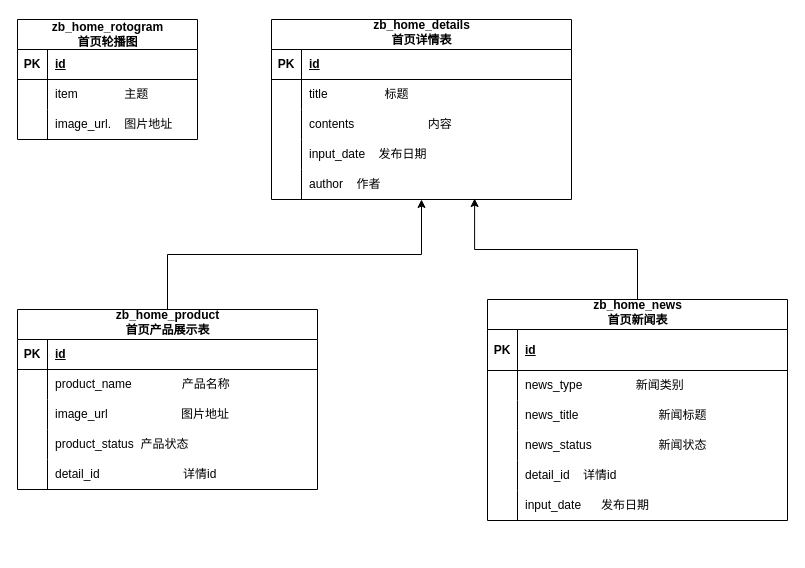
Above: home.drawio in yskccr/diagrams (draw.io), before the change. Source tidied: cells renumbered, new cells numbered last; positions are measured from the earlier drawing's top-left corner, leaving out a move shared by most shapes. Both pictures are drawn from the tidied source at 100%, with x=0, y=0 at pixel (17, 19).
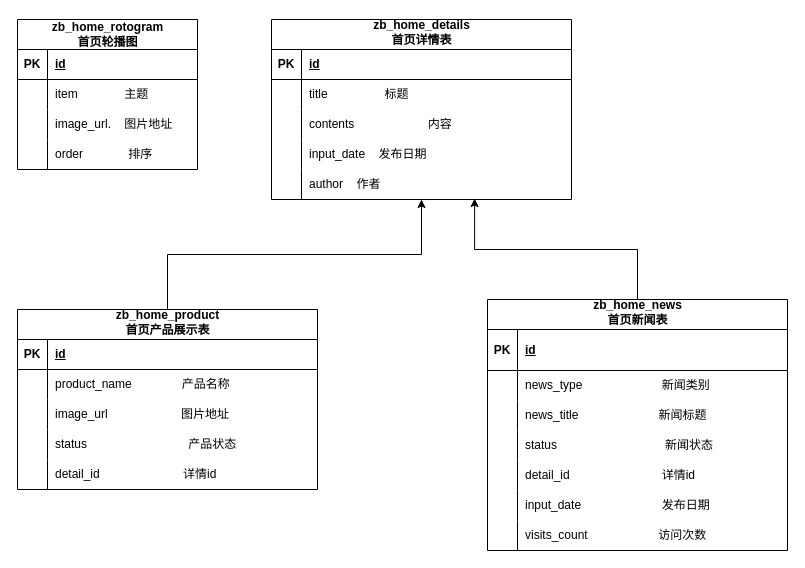
The same page after the edit.

The change refers to these unchanged cells:
```xml
<mxCell id="23" style="shape=tableRow;horizontal=0;startSize=0;swimlaneHead=0;swimlaneBody=0;fillColor=none;top=0;left=0;right=0;bottom=0;" parent="13" vertex="1">
  <mxGeometry y="120" width="300" height="30" as="geometry" />
</mxCell>
<mxCell id="50" style="shape=tableRow;horizontal=0;startSize=0;swimlaneHead=0;swimlaneBody=0;fillColor=none;top=0;left=0;right=0;bottom=0;" parent="46" vertex="1">
  <mxGeometry y="71" width="300" height="30" as="geometry" />
</mxCell>
<mxCell id="56" style="shape=tableRow;horizontal=0;startSize=0;swimlaneHead=0;swimlaneBody=0;fillColor=none;top=0;left=0;right=0;bottom=0;" parent="46" vertex="1">
  <mxGeometry y="131" width="300" height="30" as="geometry" />
</mxCell>
<mxCell id="59" style="shape=tableRow;horizontal=0;startSize=0;swimlaneHead=0;swimlaneBody=0;fillColor=none;top=0;left=0;right=0;bottom=0;" parent="46" vertex="1">
  <mxGeometry y="161" width="300" height="30" as="geometry" />
</mxCell>
<mxCell id="62" style="shape=tableRow;horizontal=0;startSize=0;swimlaneHead=0;swimlaneBody=0;fillColor=none;top=0;left=0;right=0;bottom=0;" parent="46" vertex="1">
  <mxGeometry y="191" width="300" height="30" as="geometry" />
</mxCell>
```

Change to the diagram source:
```diff
@@
     <mxCell id="2" value="zb_home_rotogram&lt;br&gt;首页轮播图" style="shape=table;startSize=30;childLayout=tableLayout;rowLines=0;fontStyle=1;align=center;html=1;" parent="1" vertex="1">
-      <mxGeometry width="180" height="120" as="geometry" />
+      <mxGeometry width="180" height="150" as="geometry" />
     </mxCell>
@@
+    <mxCell id="65" style="shape=tableRow;horizontal=0;startSize=0;swimlaneHead=0;swimlaneBody=0;fillColor=none;top=0;left=0;right=0;bottom=0;" parent="2" vertex="1">
+      <mxGeometry y="120" width="180" height="30" as="geometry" />
+    </mxCell>
+    <mxCell id="66" style="shape=partialRectangle;fillColor=none;top=0;left=0;bottom=0;right=0;overflow=hidden;whiteSpace=wrap;html=1;" parent="65" vertex="1">
+      <mxGeometry width="30" height="30" as="geometry" />
+    </mxCell>
+    <mxCell id="67" value="order&amp;nbsp;&lt;span style=&quot;white-space: pre;&quot;&gt;&#9;&lt;/span&gt;&amp;nbsp; &amp;nbsp; &amp;nbsp; 排序" style="shape=partialRectangle;fillColor=none;top=0;left=0;bottom=0;right=0;align=left;spacingLeft=6;overflow=hidden;whiteSpace=wrap;html=1;" parent="65" vertex="1">
+      <mxGeometry x="30" width="150" height="30" as="geometry" />
+    </mxCell>
@@
-    <mxCell id="25" value="product_status&lt;span style=&quot;white-space: pre;&quot;&gt; &lt;span style=&quot;white-space: pre;&quot;&gt; &lt;/span&gt;&lt;/span&gt;产品状态" style="shape=partialRectangle;fillColor=none;top=0;left=0;bottom=0;right=0;align=left;spacingLeft=6;overflow=hidden;whiteSpace=wrap;html=1;" parent="23" vertex="1">
+    <mxCell id="25" value="status&lt;span style=&quot;white-space: pre;&quot;&gt; &lt;span style=&quot;white-space: pre;&quot;&gt; &lt;span style=&quot;white-space: pre;&quot;&gt;&#9;&lt;/span&gt;&lt;span style=&quot;white-space: pre;&quot;&gt;&#9;&lt;/span&gt;&lt;span style=&quot;white-space: pre;&quot;&gt;&#9;&lt;/span&gt;&lt;span style=&quot;white-space: pre;&quot;&gt;&#9;&lt;/span&gt;&lt;/span&gt;&lt;/span&gt;产品状态" style="shape=partialRectangle;fillColor=none;top=0;left=0;bottom=0;right=0;align=left;spacingLeft=6;overflow=hidden;whiteSpace=wrap;html=1;" parent="23" vertex="1">
       <mxGeometry x="30" width="270" height="30" as="geometry" />
     </mxCell>
@@
     <mxCell id="46" value="zb_home_news&lt;br&gt;首页新闻表" style="shape=table;startSize=30;childLayout=tableLayout;rowLines=0;fontStyle=1;align=center;html=1;verticalAlign=bottom;" parent="1" vertex="1">
-      <mxGeometry x="470" y="280" width="300" height="221" as="geometry" />
+      <mxGeometry x="470" y="280" width="300" height="251" as="geometry" />
     </mxCell>
@@
-    <mxCell id="52" value="news_type&amp;nbsp; &amp;nbsp; &amp;nbsp; &amp;nbsp; &amp;nbsp; &amp;nbsp; &amp;nbsp; &amp;nbsp;&lt;span style=&quot;white-space: pre;&quot;&gt; &lt;/span&gt;新闻类别" style="shape=partialRectangle;fillColor=none;top=0;left=0;bottom=0;right=0;align=left;spacingLeft=6;overflow=hidden;whiteSpace=wrap;html=1;" parent="50" vertex="1">
+    <mxCell id="52" value="news_type&amp;nbsp; &amp;nbsp; &amp;nbsp; &amp;nbsp; &amp;nbsp; &amp;nbsp; &amp;nbsp; &amp;nbsp;&lt;span style=&quot;white-space: pre;&quot;&gt;&#9;&lt;/span&gt;&lt;span style=&quot;white-space: pre;&quot;&gt; &lt;/span&gt;新闻类别" style="shape=partialRectangle;fillColor=none;top=0;left=0;bottom=0;right=0;align=left;spacingLeft=6;overflow=hidden;whiteSpace=wrap;html=1;" parent="50" vertex="1">
       <mxGeometry x="30" width="270" height="30" as="geometry" />
     </mxCell>
@@
-    <mxCell id="58" value="news_status&amp;nbsp; &amp;nbsp; &amp;nbsp; &amp;nbsp; &amp;nbsp; &amp;nbsp; &amp;nbsp; &amp;nbsp; &amp;nbsp; &amp;nbsp; 新闻状态" style="shape=partialRectangle;fillColor=none;top=0;left=0;bottom=0;right=0;align=left;spacingLeft=6;overflow=hidden;whiteSpace=wrap;html=1;" parent="56" vertex="1">
+    <mxCell id="58" value="status&amp;nbsp; &amp;nbsp; &amp;nbsp; &amp;nbsp; &amp;nbsp; &amp;nbsp; &amp;nbsp; &amp;nbsp; &amp;nbsp; &lt;span style=&quot;white-space: pre;&quot;&gt;&#9;&lt;span style=&quot;white-space: pre;&quot;&gt;&#9;&lt;/span&gt;&lt;/span&gt;&amp;nbsp; 新闻状态" style="shape=partialRectangle;fillColor=none;top=0;left=0;bottom=0;right=0;align=left;spacingLeft=6;overflow=hidden;whiteSpace=wrap;html=1;" parent="56" vertex="1">
       <mxGeometry x="30" width="270" height="30" as="geometry" />
     </mxCell>
@@
-    <mxCell id="61" value="detail_id&lt;span style=&quot;white-space: pre;&quot;&gt; &lt;/span&gt;&lt;span style=&quot;white-space: pre;&quot;&gt; &lt;/span&gt;&lt;span style=&quot;white-space: pre;&quot;&gt; &lt;/span&gt;&lt;span style=&quot;white-space: pre;&quot;&gt; &lt;/span&gt;详情id" style="shape=partialRectangle;fillColor=none;top=0;left=0;bottom=0;right=0;align=left;spacingLeft=6;overflow=hidden;whiteSpace=wrap;html=1;" parent="59" vertex="1">
+    <mxCell id="61" value="detail_id&lt;span style=&quot;white-space: pre;&quot;&gt; &lt;/span&gt;&lt;span style=&quot;white-space: pre;&quot;&gt; &lt;/span&gt;&lt;span style=&quot;white-space: pre;&quot;&gt; &lt;span style=&quot;white-space: pre;&quot;&gt;&#9;&lt;/span&gt;&lt;span style=&quot;white-space: pre;&quot;&gt;&#9;&lt;/span&gt;&lt;span style=&quot;white-space: pre;&quot;&gt;&#9;&lt;/span&gt;&lt;/span&gt;&lt;span style=&quot;white-space: pre;&quot;&gt; &lt;/span&gt;详情id" style="shape=partialRectangle;fillColor=none;top=0;left=0;bottom=0;right=0;align=left;spacingLeft=6;overflow=hidden;whiteSpace=wrap;html=1;" parent="59" vertex="1">
       <mxGeometry x="30" width="270" height="30" as="geometry" />
     </mxCell>
@@
-    <mxCell id="64" value="input_date&amp;nbsp; &lt;span style=&quot;white-space: pre;&quot;&gt; &lt;/span&gt;&lt;span style=&quot;white-space: pre;&quot;&gt; &lt;/span&gt;&lt;span style=&quot;white-space: pre;&quot;&gt; &lt;/span&gt;&lt;span style=&quot;border-color: var(--border-color);&quot;&gt; &lt;/span&gt;&lt;span style=&quot;border-color: var(--border-color);&quot;&gt; &lt;/span&gt;发布日期&amp;nbsp; &amp;nbsp; &amp;nbsp; &amp;nbsp; &amp;nbsp; &amp;nbsp; &amp;nbsp; &amp;nbsp; &amp;nbsp; &amp;nbsp; &amp;nbsp; &amp;nbsp;" style="shape=partialRectangle;fillColor=none;top=0;left=0;bottom=0;right=0;align=left;spacingLeft=6;overflow=hidden;whiteSpace=wrap;html=1;" parent="62" vertex="1">
+    <mxCell id="64" value="input_date&amp;nbsp; &lt;span style=&quot;white-space: pre;&quot;&gt; &lt;/span&gt;&lt;span style=&quot;white-space: pre;&quot;&gt; &lt;/span&gt;&lt;span style=&quot;white-space: pre;&quot;&gt; &lt;span style=&quot;white-space: pre;&quot;&gt;&#9;&lt;/span&gt;&lt;span style=&quot;white-space: pre;&quot;&gt;&#9;&lt;/span&gt;&lt;span style=&quot;white-space: pre;&quot;&gt;&#9;&lt;/span&gt;&lt;/span&gt;&lt;span style=&quot;border-color: var(--border-color);&quot;&gt; &lt;/span&gt;&lt;span style=&quot;border-color: var(--border-color);&quot;&gt; &lt;/span&gt;发布日期&amp;nbsp; &amp;nbsp; &amp;nbsp; &amp;nbsp; &amp;nbsp; &amp;nbsp; &amp;nbsp; &amp;nbsp; &amp;nbsp; &amp;nbsp; &amp;nbsp; &amp;nbsp;" style="shape=partialRectangle;fillColor=none;top=0;left=0;bottom=0;right=0;align=left;spacingLeft=6;overflow=hidden;whiteSpace=wrap;html=1;" parent="62" vertex="1">
       <mxGeometry x="30" width="270" height="30" as="geometry" />
     </mxCell>
+    <mxCell id="68" style="shape=tableRow;horizontal=0;startSize=0;swimlaneHead=0;swimlaneBody=0;fillColor=none;top=0;left=0;right=0;bottom=0;" parent="46" vertex="1">
+      <mxGeometry y="221" width="300" height="30" as="geometry" />
+    </mxCell>
+    <mxCell id="69" style="shape=partialRectangle;fillColor=none;top=0;left=0;bottom=0;right=0;overflow=hidden;whiteSpace=wrap;html=1;" parent="68" vertex="1">
+      <mxGeometry width="30" height="30" as="geometry" />
+    </mxCell>
+    <mxCell id="70" value="visits_count&lt;span style=&quot;white-space: pre;&quot;&gt;&#9;&lt;/span&gt;&lt;span style=&quot;white-space: pre;&quot;&gt;&#9;&lt;span style=&quot;white-space: pre;&quot;&gt;&#9;&lt;/span&gt;&lt;/span&gt;访问次数" style="shape=partialRectangle;fillColor=none;top=0;left=0;bottom=0;right=0;align=left;spacingLeft=6;overflow=hidden;whiteSpace=wrap;html=1;" parent="68" vertex="1">
+      <mxGeometry x="30" width="270" height="30" as="geometry" />
+    </mxCell>
```
